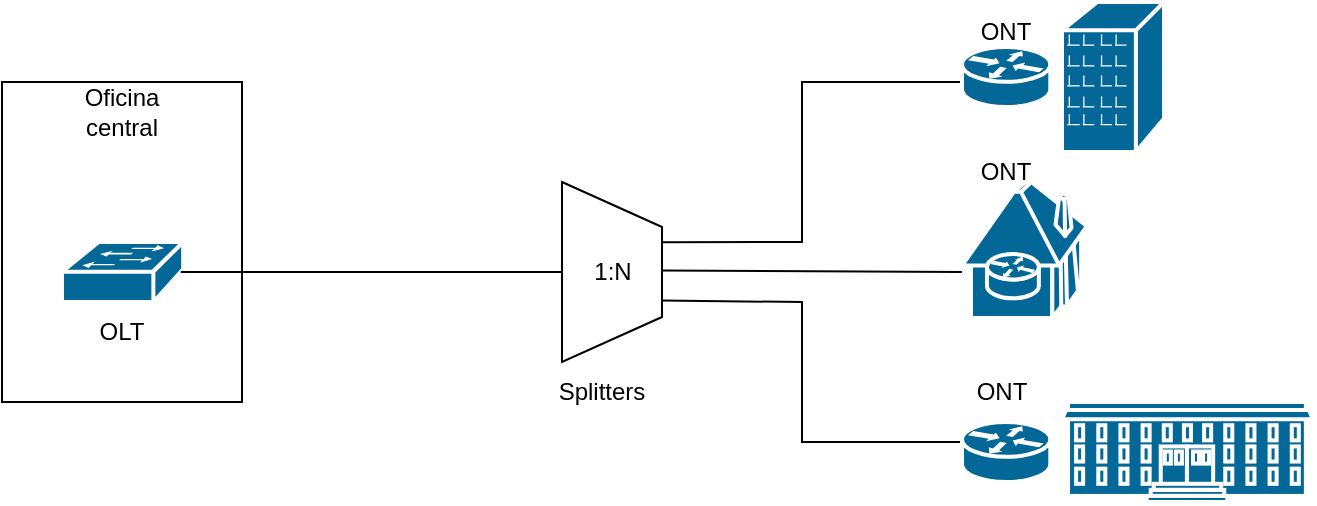
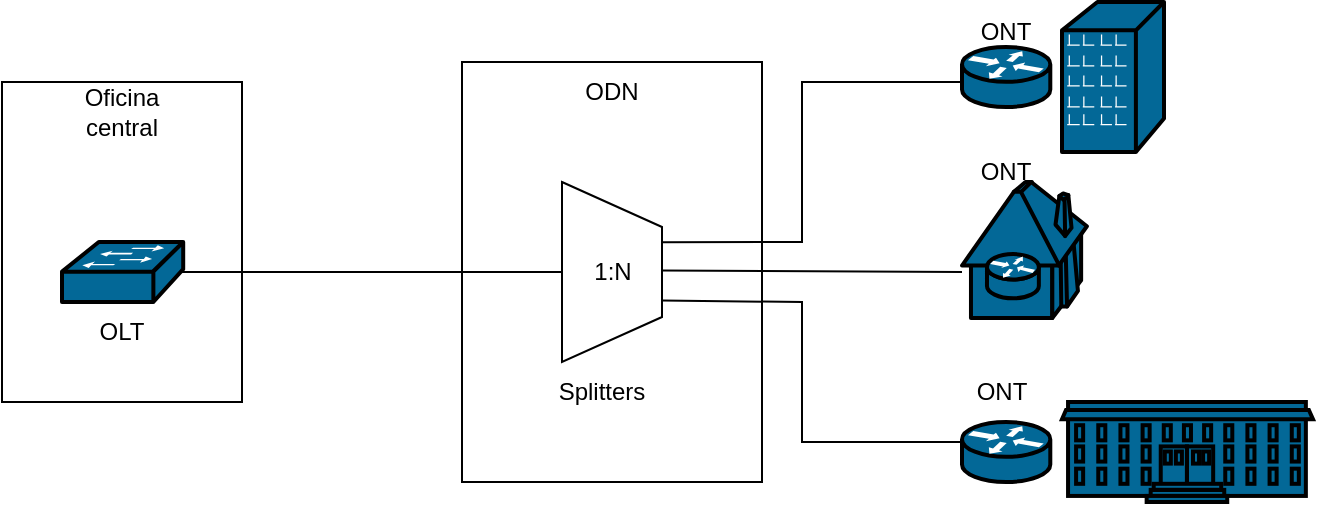
<mxfile host="app.diagrams.net">
  <diagram name="Página-1" id="d6yMscDAJBwDJAdcpkiH">
-     <mxGraphModel dx="1066" dy="496" grid="1" gridSize="10" guides="1" tooltips="1" connect="1" arrows="1" fold="1" page="1" pageScale="1" pageWidth="827" pageHeight="1169" math="0" shadow="0">
+     <mxGraphModel dx="648" dy="354" grid="1" gridSize="10" guides="1" tooltips="1" connect="1" arrows="1" fold="1" page="1" pageScale="1" pageWidth="827" pageHeight="1169" math="0" shadow="0">
      <root>
        <mxCell id="0" />
        <mxCell id="1" parent="0" />
-         <mxCell id="RunNHZsysgT1zQukLmt0-1" parent="1" style="rounded=0;whiteSpace=wrap;html=1;" value="" vertex="1">
+         <mxCell id="RunNHZsysgT1zQukLmt0-1" parent="1" style="rounded=0;whiteSpace=wrap;html=1;fillColor=none;" value="" vertex="1">
          <mxGeometry height="160" width="120" x="40" y="200" as="geometry" />
        </mxCell>
        <mxCell id="RunNHZsysgT1zQukLmt0-2" parent="1" style="text;html=1;whiteSpace=wrap;strokeColor=none;fillColor=none;align=center;verticalAlign=middle;rounded=0;" value="Oficina central" vertex="1">
          <mxGeometry height="30" width="60" x="70" y="200" as="geometry" />
        </mxCell>
-         <mxCell id="RunNHZsysgT1zQukLmt0-3" parent="1" style="strokeColor=#ffffff;sketch=0;html=1;pointerEvents=1;dashed=0;fillColor=#036897;strokeWidth=2;verticalLabelPosition=bottom;verticalAlign=top;align=center;outlineConnect=0;shape=mxgraph.cisco.switches.workgroup_switch;" value="" vertex="1">
+         <mxCell id="RunNHZsysgT1zQukLmt0-3" parent="1" style="strokeColor=light-dark(#000000, #121212);sketch=0;html=1;pointerEvents=1;dashed=0;fillColor=#036897;strokeWidth=2;verticalLabelPosition=bottom;verticalAlign=top;align=center;outlineConnect=0;shape=mxgraph.cisco.switches.workgroup_switch;strokeColor2=light-dark(#000000, #121212);" value="" vertex="1">
          <mxGeometry height="30" width="60.6" x="70" y="280" as="geometry" />
        </mxCell>
        <mxCell id="RunNHZsysgT1zQukLmt0-4" parent="1" style="text;html=1;whiteSpace=wrap;strokeColor=none;fillColor=none;align=center;verticalAlign=middle;rounded=0;" value="OLT" vertex="1">
          <mxGeometry height="30" width="60" x="70.3" y="310" as="geometry" />
        </mxCell>
        <mxCell id="RunNHZsysgT1zQukLmt0-5" edge="1" parent="1" source="RunNHZsysgT1zQukLmt0-3" style="endArrow=none;html=1;rounded=0;exitX=0.98;exitY=0.5;exitDx=0;exitDy=0;exitPerimeter=0;" value="">
          <mxGeometry height="50" relative="1" width="50" as="geometry">
            <mxPoint x="400" y="140" as="sourcePoint" />
            <mxPoint x="320" y="295" as="targetPoint" />
          </mxGeometry>
        </mxCell>
-         <mxCell id="RunNHZsysgT1zQukLmt0-6" parent="1" style="verticalLabelPosition=bottom;align=center;dashed=0;html=1;verticalAlign=top;shape=mxgraph.pid.piping.concentric_reducer;" value="" vertex="1">
+         <mxCell id="RunNHZsysgT1zQukLmt0-6" parent="1" style="verticalLabelPosition=bottom;align=center;dashed=0;html=1;verticalAlign=top;shape=mxgraph.pid.piping.concentric_reducer;fillColor=none;" value="" vertex="1">
          <mxGeometry height="90" width="50" x="320" y="250" as="geometry" />
        </mxCell>
        <mxCell id="RunNHZsysgT1zQukLmt0-7" parent="1" style="text;html=1;whiteSpace=wrap;strokeColor=none;fillColor=none;align=center;verticalAlign=middle;rounded=0;" value="1:N" vertex="1">
          <mxGeometry height="30" width="45" x="322.5" y="280" as="geometry" />
        </mxCell>
        <mxCell id="RunNHZsysgT1zQukLmt0-8" edge="1" parent="1" source="RunNHZsysgT1zQukLmt0-6" style="endArrow=none;html=1;rounded=0;exitX=0.998;exitY=0.335;exitDx=0;exitDy=0;exitPerimeter=0;" value="">
          <mxGeometry height="50" relative="1" width="50" as="geometry">
            <Array as="points">
              <mxPoint x="440" y="280" />
              <mxPoint x="440" y="200" />
            </Array>
            <mxPoint x="410" y="350" as="sourcePoint" />
            <mxPoint x="520" y="200" as="targetPoint" />
          </mxGeometry>
        </mxCell>
        <mxCell id="RunNHZsysgT1zQukLmt0-9" edge="1" parent="1" source="RunNHZsysgT1zQukLmt0-6" style="endArrow=none;html=1;rounded=0;exitX=1.001;exitY=0.659;exitDx=0;exitDy=0;exitPerimeter=0;" value="">
          <mxGeometry height="50" relative="1" width="50" as="geometry">
            <Array as="points">
              <mxPoint x="440" y="310" />
              <mxPoint x="440" y="380" />
            </Array>
            <mxPoint x="410" y="350" as="sourcePoint" />
            <mxPoint x="520" y="380" as="targetPoint" />
          </mxGeometry>
        </mxCell>
        <mxCell id="RunNHZsysgT1zQukLmt0-10" edge="1" parent="1" source="RunNHZsysgT1zQukLmt0-6" style="endArrow=none;html=1;rounded=0;exitX=0.997;exitY=0.491;exitDx=0;exitDy=0;exitPerimeter=0;" value="">
          <mxGeometry height="50" relative="1" width="50" as="geometry">
            <mxPoint x="420" y="290" as="sourcePoint" />
            <mxPoint x="520" y="295" as="targetPoint" />
          </mxGeometry>
        </mxCell>
-         <mxCell id="RunNHZsysgT1zQukLmt0-11" parent="1" style="sketch=0;html=1;pointerEvents=1;dashed=0;fillColor=#036897;strokeColor=#ffffff;strokeWidth=2;verticalLabelPosition=bottom;verticalAlign=top;align=center;outlineConnect=0;shape=mxgraph.cisco.buildings.telecommuter_house;" value="" vertex="1">
+         <mxCell id="RunNHZsysgT1zQukLmt0-11" parent="1" style="sketch=0;html=1;pointerEvents=1;dashed=0;fillColor=#036897;strokeColor=light-dark(#000000, #121212);strokeWidth=2;verticalLabelPosition=bottom;verticalAlign=top;align=center;outlineConnect=0;shape=mxgraph.cisco.buildings.telecommuter_house;strokeColor2=light-dark(#000000, #121212);" value="" vertex="1">
          <mxGeometry height="68" width="62.45" x="520" y="250" as="geometry" />
        </mxCell>
-         <mxCell id="RunNHZsysgT1zQukLmt0-12" parent="1" style="sketch=0;html=1;pointerEvents=1;dashed=0;fillColor=#036897;strokeColor=#ffffff;strokeWidth=2;verticalLabelPosition=bottom;verticalAlign=top;align=center;outlineConnect=0;shape=mxgraph.cisco.buildings.branch_office;" value="" vertex="1">
+         <mxCell id="RunNHZsysgT1zQukLmt0-12" parent="1" style="sketch=0;html=1;pointerEvents=1;dashed=0;fillColor=#036897;strokeColor=light-dark(#000000, #121212);strokeWidth=2;verticalLabelPosition=bottom;verticalAlign=top;align=center;outlineConnect=0;shape=mxgraph.cisco.buildings.branch_office;strokeColor2=light-dark(#000000, #121212);" value="" vertex="1">
          <mxGeometry height="75" width="51" x="570" y="160" as="geometry" />
        </mxCell>
-         <mxCell id="RunNHZsysgT1zQukLmt0-13" parent="1" style="sketch=0;html=1;pointerEvents=1;dashed=0;fillColor=#036897;strokeColor=#ffffff;strokeWidth=2;verticalLabelPosition=bottom;verticalAlign=top;align=center;outlineConnect=0;shape=mxgraph.cisco.buildings.university;" value="" vertex="1">
+         <mxCell id="RunNHZsysgT1zQukLmt0-13" parent="1" style="sketch=0;html=1;pointerEvents=1;dashed=0;fillColor=#036897;strokeColor=light-dark(#000000, #121212);strokeWidth=2;verticalLabelPosition=bottom;verticalAlign=top;align=center;outlineConnect=0;shape=mxgraph.cisco.buildings.university;" value="" vertex="1">
          <mxGeometry height="50" width="125.47" x="570" y="360" as="geometry" />
        </mxCell>
        <mxCell id="RunNHZsysgT1zQukLmt0-14" parent="1" style="text;html=1;whiteSpace=wrap;strokeColor=none;fillColor=none;align=center;verticalAlign=middle;rounded=0;" value="Splitters" vertex="1">
          <mxGeometry height="30" width="60" x="310" y="340" as="geometry" />
        </mxCell>
-         <mxCell id="RunNHZsysgT1zQukLmt0-16" parent="1" style="strokeColor=#ffffff;sketch=0;html=1;pointerEvents=1;dashed=0;fillColor=#036897;strokeWidth=2;verticalLabelPosition=bottom;verticalAlign=top;align=center;outlineConnect=0;shape=mxgraph.cisco.routers.router;" value="" vertex="1">
+         <mxCell id="RunNHZsysgT1zQukLmt0-16" parent="1" style="strokeColor=light-dark(#000000, #121212);sketch=0;html=1;pointerEvents=1;dashed=0;fillColor=#036897;strokeWidth=2;verticalLabelPosition=bottom;verticalAlign=top;align=center;outlineConnect=0;shape=mxgraph.cisco.routers.router;strokeColor2=light-dark(#000000, #121212);" value="" vertex="1">
          <mxGeometry height="30" width="44.15" x="520" y="182.5" as="geometry" />
        </mxCell>
-         <mxCell id="RunNHZsysgT1zQukLmt0-17" parent="1" style="strokeColor=#ffffff;sketch=0;html=1;pointerEvents=1;dashed=0;fillColor=#036897;strokeWidth=2;verticalLabelPosition=bottom;verticalAlign=top;align=center;outlineConnect=0;shape=mxgraph.cisco.routers.router;" value="" vertex="1">
+         <mxCell id="RunNHZsysgT1zQukLmt0-17" parent="1" style="strokeColor=light-dark(#000000, #121212);sketch=0;html=1;pointerEvents=1;dashed=0;fillColor=#036897;strokeWidth=2;verticalLabelPosition=bottom;verticalAlign=top;align=center;outlineConnect=0;shape=mxgraph.cisco.routers.router;strokeColor2=light-dark(#000000, #121212);" value="" vertex="1">
          <mxGeometry height="30" width="44.15" x="520" y="370" as="geometry" />
        </mxCell>
        <mxCell id="RunNHZsysgT1zQukLmt0-18" parent="1" style="text;html=1;whiteSpace=wrap;strokeColor=none;fillColor=none;align=center;verticalAlign=middle;rounded=0;" value="ONT" vertex="1">
          <mxGeometry height="30" width="60" x="512.07" y="160" as="geometry" />
        </mxCell>
        <mxCell id="RunNHZsysgT1zQukLmt0-19" parent="1" style="text;html=1;whiteSpace=wrap;strokeColor=none;fillColor=none;align=center;verticalAlign=middle;rounded=0;" value="ONT" vertex="1">
          <mxGeometry height="30" width="60" x="512.0699999999999" y="230" as="geometry" />
        </mxCell>
        <mxCell id="RunNHZsysgT1zQukLmt0-20" parent="1" style="text;html=1;whiteSpace=wrap;strokeColor=none;fillColor=none;align=center;verticalAlign=middle;rounded=0;" value="ONT" vertex="1">
          <mxGeometry height="30" width="60" x="510" y="340" as="geometry" />
        </mxCell>
+         <mxCell id="qNgDrVlmziby5plhc50b-2" parent="1" style="rounded=0;whiteSpace=wrap;html=1;fillColor=none;" value="" vertex="1">
+           <mxGeometry height="210" width="150" x="270" y="190" as="geometry" />
+         </mxCell>
+         <mxCell id="qNgDrVlmziby5plhc50b-3" parent="1" style="text;html=1;whiteSpace=wrap;strokeColor=none;fillColor=none;align=center;verticalAlign=middle;rounded=0;" value="ODN" vertex="1">
+           <mxGeometry height="30" width="60" x="315" y="190" as="geometry" />
+         </mxCell>
      </root>
    </mxGraphModel>
  </diagram>
</mxfile>
